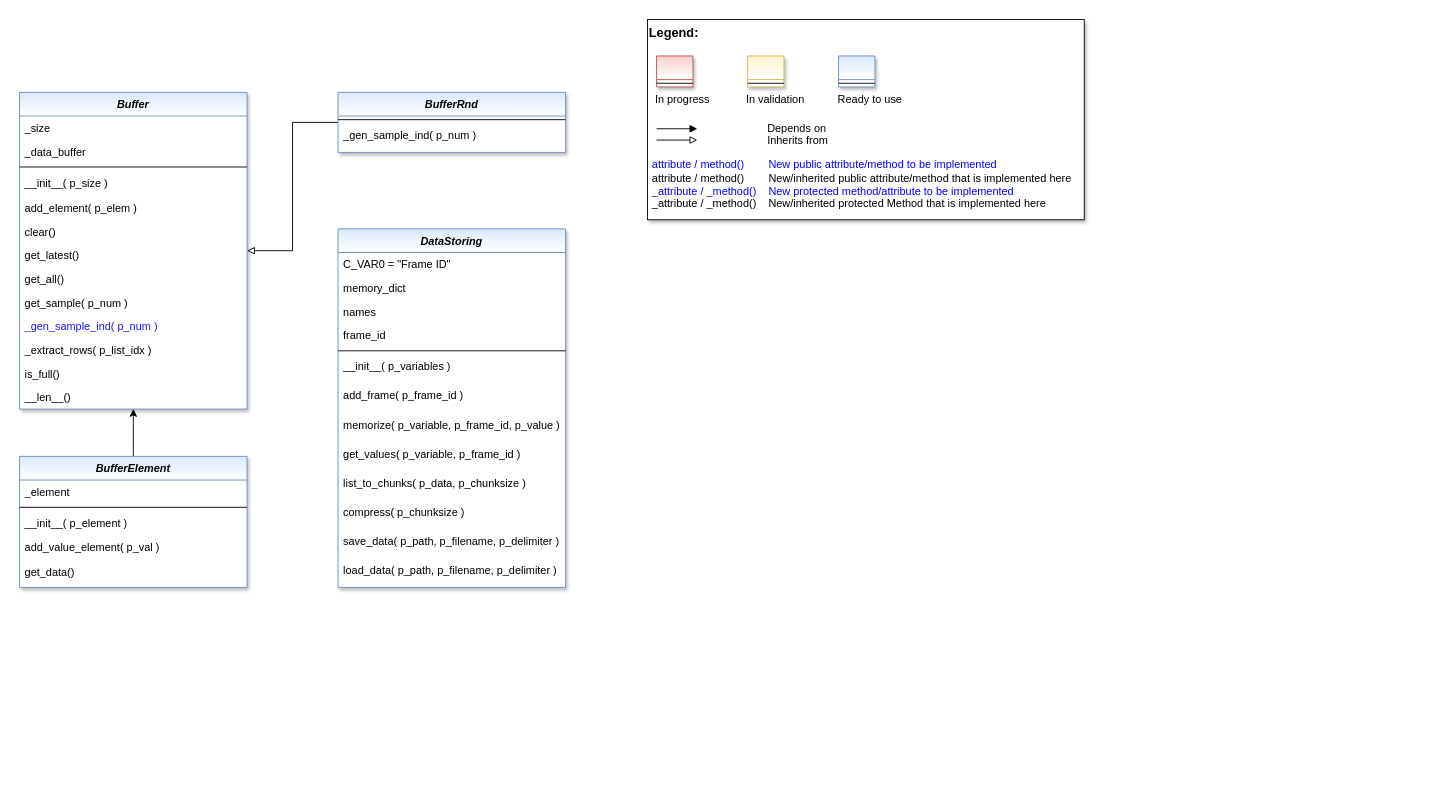
The draw.io diagram doc/rtd/content/99_appendices/appendix2/sub/core/mlpro_bf/layer0_elementary/images/MLPro-BF-Data_class_diagram.drawio in fhswf/MLPro, before the edit. Source tidied: cells renumbered, new cells numbered last; positions are measured from the earlier drawing's top-left corner, leaving out a move shared by most shapes. Both pictures are drawn from the tidied source at 91%, with x=0, y=0 at pixel (19, 19).
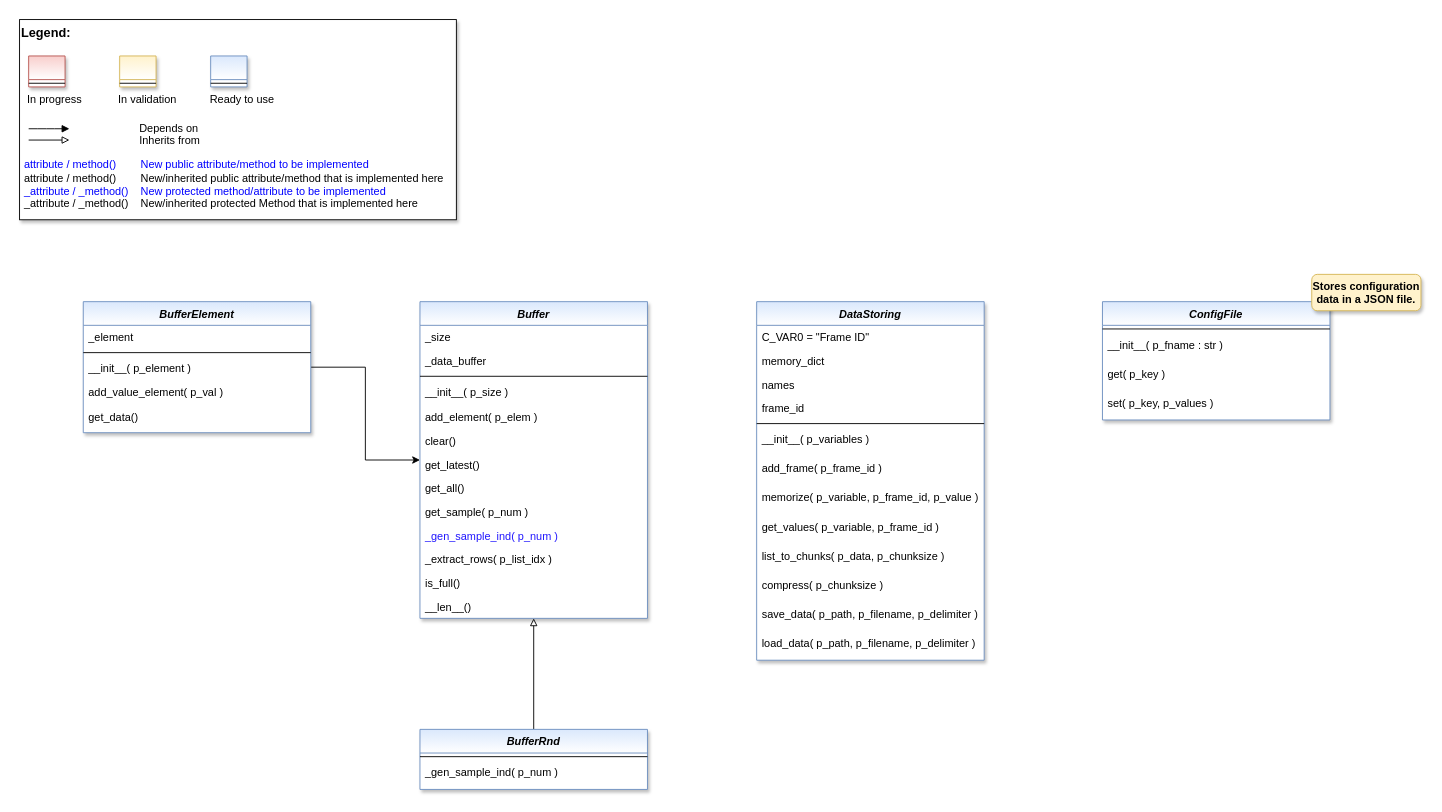
Above is the later version.

Diff of the diagram source:
```diff
@@
     <mxCell id="2" value="DataStoring" style="swimlane;fontStyle=3;align=center;verticalAlign=top;horizontal=1;startSize=26;rounded=0;shadow=1;strokeWidth=1;fillColor=#dae8fc;strokeColor=#6c8ebf;swimlaneFillColor=#ffffff;gradientColor=#ffffff;" parent="1" vertex="1">
-      <mxGeometry x="350" y="230" width="250" height="394" as="geometry" />
+      <mxGeometry x="810" y="310" width="250" height="394" as="geometry" />
     </mxCell>
@@
     <mxCell id="16" value="Buffer" style="swimlane;fontStyle=3;align=center;verticalAlign=top;horizontal=1;startSize=26;rounded=0;shadow=1;strokeWidth=1;fillColor=#dae8fc;strokeColor=#6c8ebf;glass=0;swimlaneFillColor=#ffffff;gradientColor=#ffffff;" parent="1" vertex="1">
-      <mxGeometry y="80" width="250" height="348" as="geometry" />
+      <mxGeometry x="440" y="310" width="250" height="348" as="geometry" />
     </mxCell>
@@
     <mxCell id="30" style="group;" parent="1" vertex="1">
-      <mxGeometry x="690" width="480" height="220" as="geometry" />
+      <mxGeometry width="480" height="220" as="geometry" />
     </mxCell>
@@
     <mxCell id="41" value="BufferElement" style="swimlane;fontStyle=3;align=center;verticalAlign=top;horizontal=1;startSize=26;rounded=0;shadow=1;strokeWidth=1;fillColor=#dae8fc;strokeColor=#6c8ebf;swimlaneFillColor=#ffffff;gradientColor=#ffffff;" parent="1" vertex="1">
-      <mxGeometry y="480" width="250" height="144" as="geometry" />
+      <mxGeometry x="70" y="310" width="250" height="144" as="geometry" />
     </mxCell>
@@
     <mxCell id="48" value="BufferRnd" style="swimlane;fontStyle=3;align=center;verticalAlign=top;horizontal=1;startSize=26;rounded=0;shadow=1;strokeWidth=1;fillColor=#dae8fc;strokeColor=#6c8ebf;glass=0;swimlaneFillColor=#ffffff;gradientColor=#ffffff;" parent="1" vertex="1">
-      <mxGeometry x="350" y="80" width="250" height="66" as="geometry" />
+      <mxGeometry x="440" y="780" width="250" height="66" as="geometry" />
     </mxCell>
@@
+    <mxCell id="51" value="ConfigFile" style="swimlane;fontStyle=3;align=center;verticalAlign=top;horizontal=1;startSize=26;rounded=0;shadow=1;strokeWidth=1;fillColor=#dae8fc;strokeColor=#6c8ebf;swimlaneFillColor=#ffffff;gradientColor=#ffffff;" parent="1" vertex="1">
+      <mxGeometry x="1190" y="310" width="250" height="130" as="geometry" />
+    </mxCell>
+    <mxCell id="52" style="line;html=1;strokeWidth=1;align=left;verticalAlign=middle;spacingTop=-1;spacingLeft=3;spacingRight=3;labelPosition=right;" parent="51" vertex="1">
+      <mxGeometry y="26" width="250" height="8" as="geometry" />
+    </mxCell>
+    <mxCell id="53" value="__init__( p_fname : str )" style="text;align=left;verticalAlign=top;spacingLeft=4;spacingRight=4;overflow=hidden;fontColor=default;" parent="51" vertex="1">
+      <mxGeometry y="34" width="250" height="32" as="geometry" />
+    </mxCell>
+    <mxCell id="54" value="get( p_key )" style="text;align=left;verticalAlign=top;spacingLeft=4;spacingRight=4;overflow=hidden;fontColor=default;" parent="51" vertex="1">
+      <mxGeometry y="66" width="250" height="32" as="geometry" />
+    </mxCell>
+    <mxCell id="55" value="set( p_key, p_values )" style="text;align=left;verticalAlign=top;spacingLeft=4;spacingRight=4;overflow=hidden;fontColor=default;" parent="51" vertex="1">
+      <mxGeometry y="98" width="250" height="32" as="geometry" />
+    </mxCell>
+    <mxCell id="56" value="Stores configuration data in a JSON file." style="rounded=1;whiteSpace=wrap;html=1;fillColor=#fff2cc;strokeColor=#d6b656;shadow=1;verticalAlign=top;fontStyle=1;" parent="1" vertex="1">
+      <mxGeometry x="1420" y="280" width="120" height="40" as="geometry" />
+    </mxCell>
```
